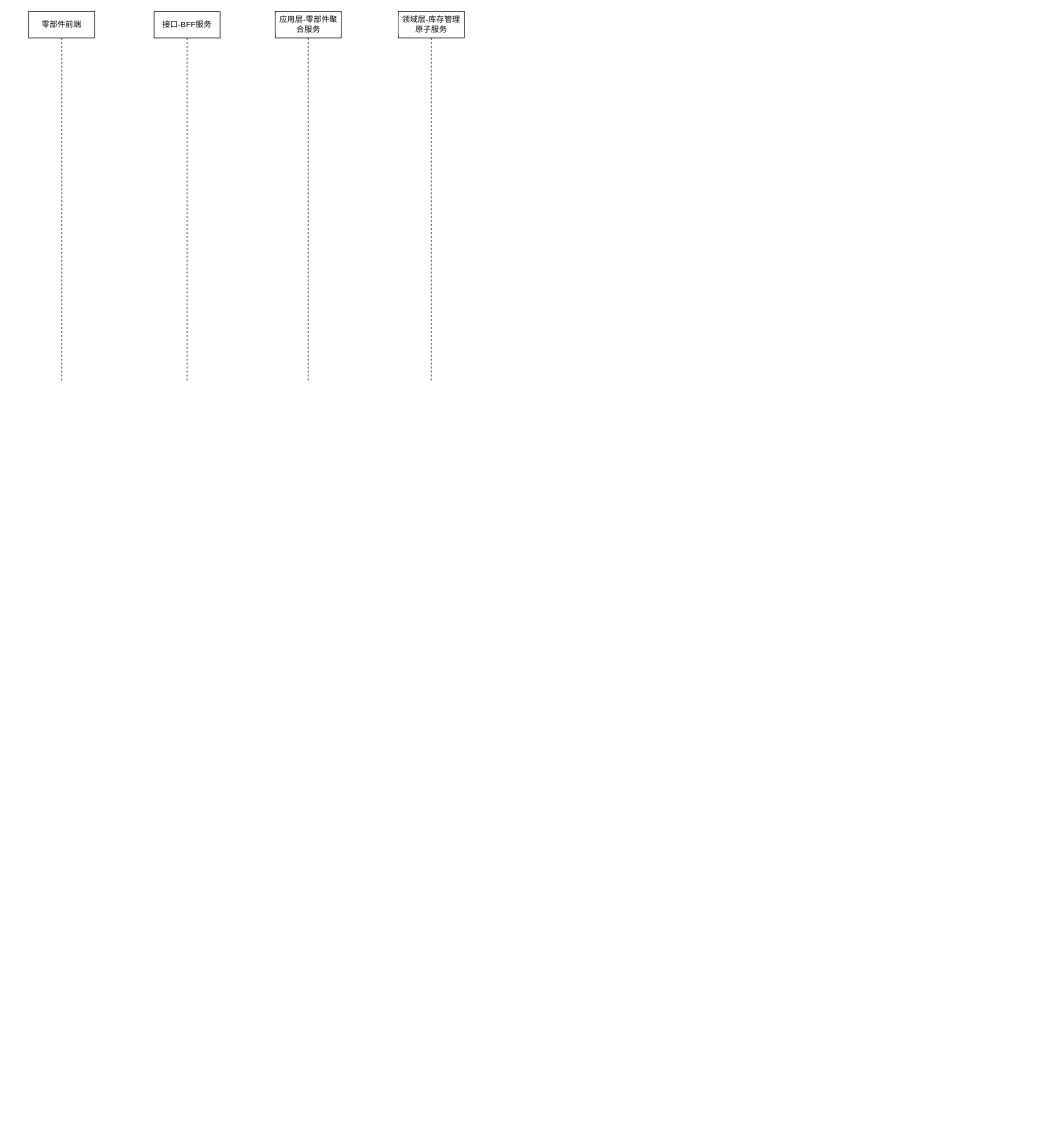
1132489442/gitRepository1 keeps this draw.io diagram as page "审核-行为图" (4 of 4) of 库存调整申请单.drawio. Above is the earlier version. Source tidied: cells renumbered, new cells numbered last; positions are measured from the earlier drawing's top-left corner, leaving out a move shared by most shapes. Both pictures are drawn from the tidied source at 66%, with x=0, y=0 at pixel (28, 11).
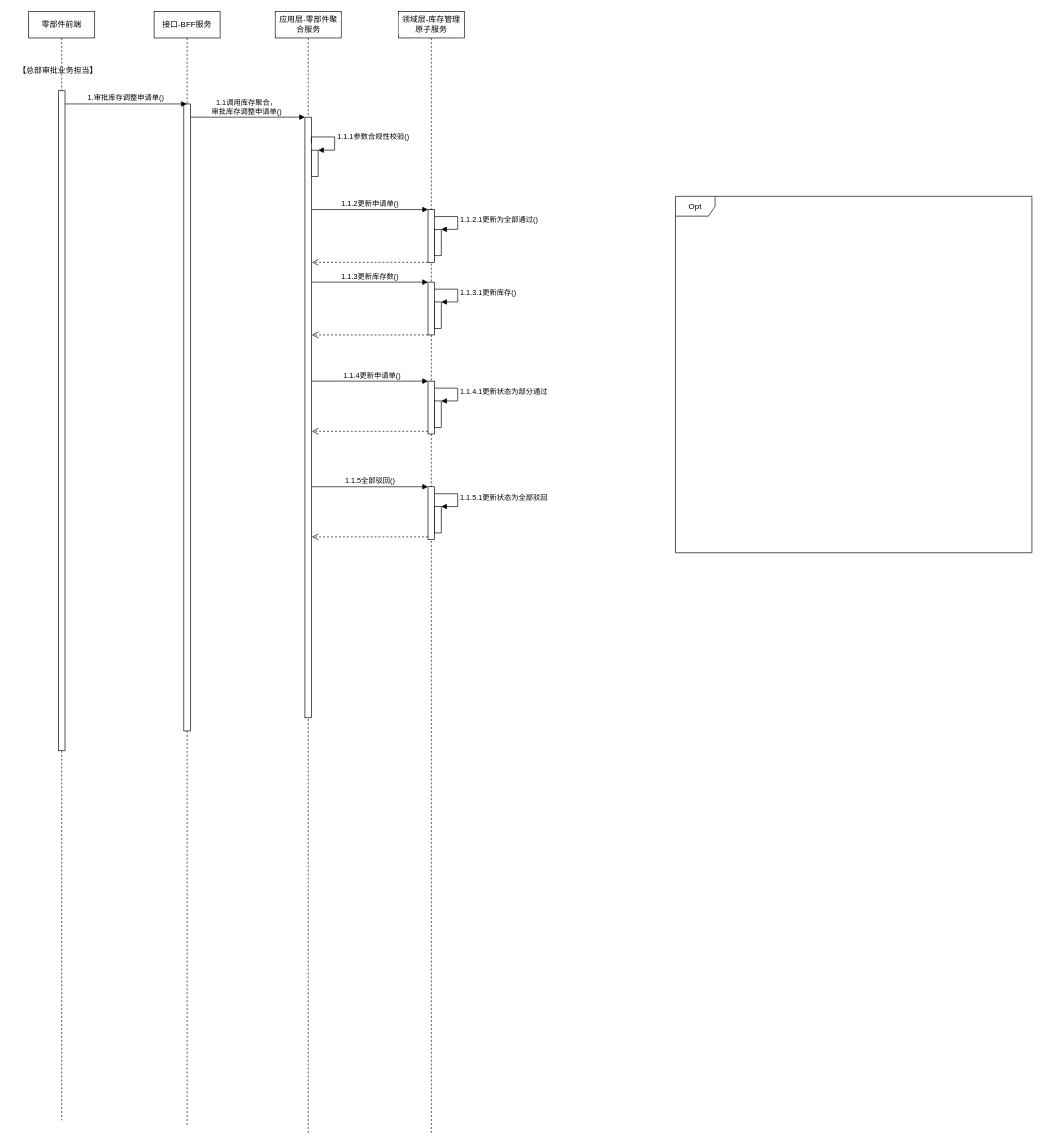
The same page after the edit.

The edit, as a diff of the source:
```diff
@@
     <mxCell id="2" value="零部件前端" style="shape=umlLifeline;perimeter=lifelinePerimeter;whiteSpace=wrap;html=1;labelBackgroundColor=#FFFFFF;strokeColor=default;fillColor=default;" parent="1" vertex="1">
-      <mxGeometry width="100" height="560" as="geometry" />
+      <mxGeometry width="100" height="1680" as="geometry" />
     </mxCell>
+    <mxCell id="6" style="html=1;perimeter=orthogonalPerimeter;fillColor=#FFFFFF;" parent="2" vertex="1">
+      <mxGeometry x="45" y="120" width="10" height="1000" as="geometry" />
+    </mxCell>
     <mxCell id="3" value="应用层-零部件聚合服务" style="shape=umlLifeline;perimeter=lifelinePerimeter;whiteSpace=wrap;html=1;labelBackgroundColor=#FFFFFF;strokeColor=default;fillColor=default;" parent="1" vertex="1">
-      <mxGeometry x="373.5" width="100" height="560" as="geometry" />
+      <mxGeometry x="373.5" width="100" height="1700" as="geometry" />
     </mxCell>
+    <mxCell id="7" style="html=1;points=[];perimeter=orthogonalPerimeter;fillColor=#FFFFFF;" parent="3" vertex="1">
+      <mxGeometry x="45" y="160" width="10" height="910" as="geometry" />
+    </mxCell>
+    <mxCell id="8" value="1.1调用库存聚合，&lt;br&gt;审批库存调整申请单()" style="html=1;verticalAlign=bottom;endArrow=block;rounded=0;" parent="3" edge="1" source="5">
+      <mxGeometry relative="1" as="geometry">
+        <mxPoint x="45" y="160" as="targetPoint" />
+      </mxGeometry>
+    </mxCell>
+    <mxCell id="9" style="html=1;points=[];perimeter=orthogonalPerimeter;fillColor=#FFFFFF;" parent="3" vertex="1">
+      <mxGeometry x="55" y="210" width="10" height="40" as="geometry" />
+    </mxCell>
+    <mxCell id="10" value="1.1.1参数合规性校验()" style="edgeStyle=orthogonalEdgeStyle;html=1;align=left;spacingLeft=2;endArrow=block;rounded=0;entryX=1;entryY=0;exitX=0.981;exitY=0.044;exitDx=0;exitDy=0;exitPerimeter=0;" parent="3" edge="1" source="7" target="9">
+      <mxGeometry relative="1" as="geometry">
+        <Array as="points">
+          <mxPoint x="90" y="190" />
+          <mxPoint x="90" y="210" />
+        </Array>
+      </mxGeometry>
+    </mxCell>
     <mxCell id="4" value="领域层-库存管理原子服务" style="shape=umlLifeline;perimeter=lifelinePerimeter;whiteSpace=wrap;html=1;labelBackgroundColor=#FFFFFF;strokeColor=default;fillColor=default;" parent="1" vertex="1">
-      <mxGeometry x="560" width="100" height="560" as="geometry" />
+      <mxGeometry x="560" width="100" height="1700" as="geometry" />
     </mxCell>
+    <mxCell id="11" style="html=1;points=[];perimeter=orthogonalPerimeter;fillColor=#FFFFFF;" parent="4" vertex="1">
+      <mxGeometry x="45" y="300" width="10" height="80" as="geometry" />
+    </mxCell>
+    <mxCell id="12" style="html=1;points=[];perimeter=orthogonalPerimeter;fillColor=#FFFFFF;" parent="4" vertex="1">
+      <mxGeometry x="55" y="330" width="10" height="40" as="geometry" />
+    </mxCell>
+    <mxCell id="13" value="1.1.2.1更新为全部通过()" style="edgeStyle=orthogonalEdgeStyle;html=1;align=left;spacingLeft=2;endArrow=block;rounded=0;entryX=1;entryY=0;exitX=1.008;exitY=0.133;exitDx=0;exitDy=0;exitPerimeter=0;" parent="4" edge="1" source="11" target="12">
+      <mxGeometry relative="1" as="geometry">
+        <Array as="points">
+          <mxPoint x="90" y="311" />
+          <mxPoint x="90" y="330" />
+        </Array>
+      </mxGeometry>
+    </mxCell>
     <mxCell id="5" value="接口-BFF服务" style="shape=umlLifeline;perimeter=lifelinePerimeter;whiteSpace=wrap;html=1;outlineConnect=0;labelBackgroundColor=#FFFFFF;strokeColor=default;fillColor=default;" parent="1" vertex="1">
-      <mxGeometry x="190" width="100" height="560" as="geometry" />
+      <mxGeometry x="190" width="100" height="1690" as="geometry" />
     </mxCell>
+    <mxCell id="14" style="html=1;perimeter=orthogonalPerimeter;fillColor=#FFFFFF;" parent="5" vertex="1">
+      <mxGeometry x="45" y="140" width="10" height="950" as="geometry" />
+    </mxCell>
+    <mxCell id="15" value="1.审批库存调整申请单()" style="html=1;verticalAlign=bottom;endArrow=block;rounded=0;" parent="1" edge="1" target="5">
+      <mxGeometry relative="1" as="geometry">
+        <mxPoint x="55" y="140" as="sourcePoint" />
+      </mxGeometry>
+    </mxCell>
+    <mxCell id="16" value="【总部审批业务担当】" style="text;html=1;align=center;verticalAlign=middle;strokeColor=none;fillColor=none;" parent="1" vertex="1">
+      <mxGeometry x="-26" y="80" width="140" height="20" as="geometry" />
+    </mxCell>
+    <mxCell id="17" value="1.1.2更新申请单()" style="html=1;verticalAlign=bottom;endArrow=block;entryX=0;entryY=0;rounded=0;" parent="1" edge="1" target="11">
+      <mxGeometry relative="1" as="geometry">
+        <mxPoint x="429" y="300" as="sourcePoint" />
+      </mxGeometry>
+    </mxCell>
+    <mxCell id="18" style="html=1;verticalAlign=bottom;endArrow=open;dashed=1;endSize=8;exitX=0;exitY=0.95;rounded=0;" parent="1" edge="1">
+      <mxGeometry relative="1" as="geometry">
+        <mxPoint x="605" y="380" as="sourcePoint" />
+        <mxPoint x="429" y="380" as="targetPoint" />
+      </mxGeometry>
+    </mxCell>
+    <mxCell id="19" style="html=1;points=[];perimeter=orthogonalPerimeter;fillColor=#FFFFFF;" parent="1" vertex="1">
+      <mxGeometry x="605" y="560" width="10" height="80" as="geometry" />
+    </mxCell>
+    <mxCell id="20" value="1.1.4更新申请单()" style="html=1;verticalAlign=bottom;endArrow=block;entryX=0;entryY=0;rounded=0;" parent="1" edge="1" target="19">
+      <mxGeometry x="0.03" relative="1" as="geometry">
+        <mxPoint x="429" y="560" as="sourcePoint" />
+      </mxGeometry>
+    </mxCell>
+    <mxCell id="21" style="html=1;verticalAlign=bottom;endArrow=open;dashed=1;endSize=8;exitX=0;exitY=0.95;rounded=0;" parent="1" edge="1" source="19">
+      <mxGeometry relative="1" as="geometry">
+        <mxPoint x="429" y="636" as="targetPoint" />
+      </mxGeometry>
+    </mxCell>
+    <mxCell id="22" style="html=1;points=[];perimeter=orthogonalPerimeter;fillColor=#FFFFFF;" parent="1" vertex="1">
+      <mxGeometry x="605" y="720" width="10" height="80" as="geometry" />
+    </mxCell>
+    <mxCell id="23" value="1.1.5全部驳回()" style="html=1;verticalAlign=bottom;endArrow=block;entryX=0;entryY=0;rounded=0;" parent="1" edge="1" target="22">
+      <mxGeometry relative="1" as="geometry">
+        <mxPoint x="429" y="720" as="sourcePoint" />
+      </mxGeometry>
+    </mxCell>
+    <mxCell id="24" style="html=1;verticalAlign=bottom;endArrow=open;dashed=1;endSize=8;exitX=0;exitY=0.95;rounded=0;" parent="1" edge="1" source="22">
+      <mxGeometry relative="1" as="geometry">
+        <mxPoint x="429" y="796" as="targetPoint" />
+      </mxGeometry>
+    </mxCell>
+    <mxCell id="25" value="Opt" style="shape=umlFrame;whiteSpace=wrap;html=1;fillColor=#FFFFFF;" parent="1" vertex="1">
+      <mxGeometry x="980" y="280" width="540" height="540" as="geometry" />
+    </mxCell>
+    <mxCell id="26" style="html=1;points=[];perimeter=orthogonalPerimeter;fillColor=#FFFFFF;" parent="1" vertex="1">
+      <mxGeometry x="615" y="590" width="10" height="40" as="geometry" />
+    </mxCell>
+    <mxCell id="27" value="1.1.4.1更新状态为部分通过" style="edgeStyle=orthogonalEdgeStyle;html=1;align=left;spacingLeft=2;endArrow=block;rounded=0;entryX=1;entryY=0;exitX=1.008;exitY=0.133;exitDx=0;exitDy=0;exitPerimeter=0;" parent="1" edge="1" target="26">
+      <mxGeometry relative="1" as="geometry">
+        <mxPoint x="615.1" y="570.6" as="sourcePoint" />
+        <Array as="points">
+          <mxPoint x="650" y="571" />
+          <mxPoint x="650" y="590" />
+        </Array>
+      </mxGeometry>
+    </mxCell>
+    <mxCell id="28" style="html=1;points=[];perimeter=orthogonalPerimeter;fillColor=#FFFFFF;" parent="1" vertex="1">
+      <mxGeometry x="615" y="750" width="10" height="40" as="geometry" />
+    </mxCell>
+    <mxCell id="29" value="1.1.5.1更新状态为全部驳回" style="edgeStyle=orthogonalEdgeStyle;html=1;align=left;spacingLeft=2;endArrow=block;rounded=0;entryX=1;entryY=0;exitX=1.008;exitY=0.133;exitDx=0;exitDy=0;exitPerimeter=0;" parent="1" edge="1" target="28">
+      <mxGeometry relative="1" as="geometry">
+        <mxPoint x="615.1" y="730.6" as="sourcePoint" />
+        <Array as="points">
+          <mxPoint x="650" y="731" />
+          <mxPoint x="650" y="750" />
+        </Array>
+      </mxGeometry>
+    </mxCell>
+    <mxCell id="30" style="html=1;points=[];perimeter=orthogonalPerimeter;fillColor=#FFFFFF;" parent="1" vertex="1">
+      <mxGeometry x="605" y="410" width="10" height="80" as="geometry" />
+    </mxCell>
+    <mxCell id="31" style="html=1;points=[];perimeter=orthogonalPerimeter;fillColor=#FFFFFF;" parent="1" vertex="1">
+      <mxGeometry x="615" y="440" width="10" height="40" as="geometry" />
+    </mxCell>
+    <mxCell id="32" value="1.1.3.1更新库存()" style="edgeStyle=orthogonalEdgeStyle;html=1;align=left;spacingLeft=2;endArrow=block;rounded=0;entryX=1;entryY=0;exitX=1.008;exitY=0.133;exitDx=0;exitDy=0;exitPerimeter=0;" parent="1" edge="1" source="30" target="31">
+      <mxGeometry relative="1" as="geometry">
+        <Array as="points">
+          <mxPoint x="650" y="421" />
+          <mxPoint x="650" y="440" />
+        </Array>
+      </mxGeometry>
+    </mxCell>
+    <mxCell id="33" value="1.1.3更新库存数()" style="html=1;verticalAlign=bottom;endArrow=block;entryX=0;entryY=0;rounded=0;" parent="1" edge="1" target="30">
+      <mxGeometry relative="1" as="geometry">
+        <mxPoint x="429" y="410" as="sourcePoint" />
+      </mxGeometry>
+    </mxCell>
+    <mxCell id="34" style="html=1;verticalAlign=bottom;endArrow=open;dashed=1;endSize=8;exitX=0;exitY=0.95;rounded=0;" parent="1" edge="1">
+      <mxGeometry relative="1" as="geometry">
+        <mxPoint x="605" y="490" as="sourcePoint" />
+        <mxPoint x="429" y="490" as="targetPoint" />
+      </mxGeometry>
+    </mxCell>
```
